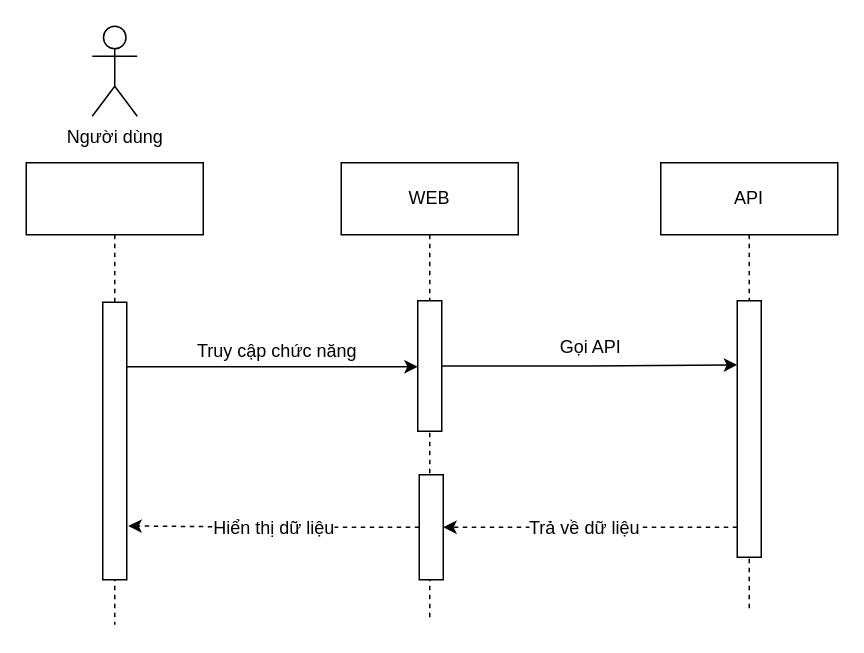
Earlier version of the draw.io diagram Sequence Diagram.drawio (mitgaming/drawio). Source tidied: cells renumbered, new cells numbered last; positions are measured from the earlier drawing's top-left corner, leaving out a move shared by most shapes. Both pictures are drawn from the tidied source at 150%, with x=0, y=0 at pixel (26, 26).
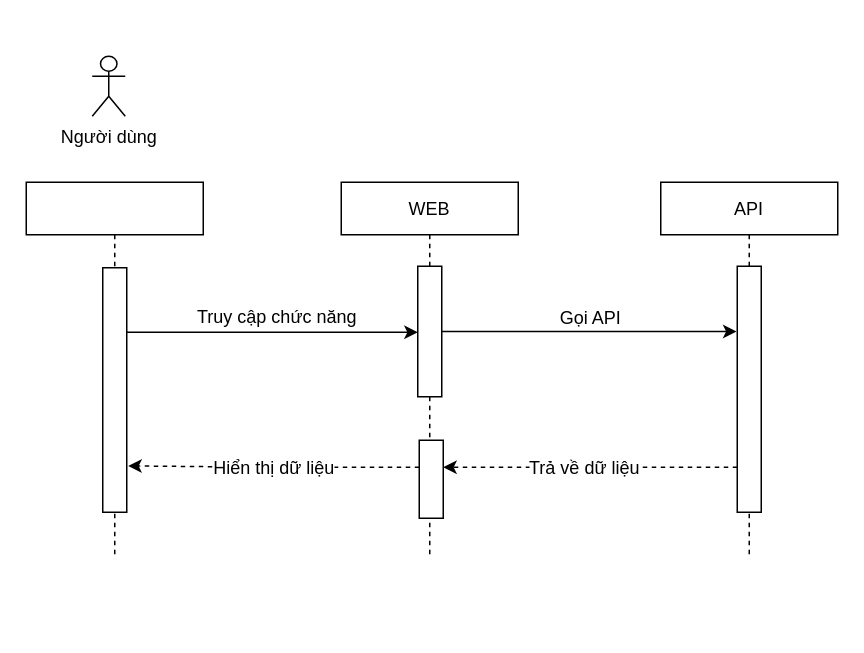
After the change.

Commit message (it also covers changes not shown here):
Cập nhật Sequence Diagram.drawio

What changed in the source:
```diff
@@
     <mxCell id="2" value="Người dùng" style="shape=umlActor;verticalLabelPosition=bottom;verticalAlign=top;html=1;" parent="1" vertex="1">
-      <mxGeometry x="44" width="30" height="60" as="geometry" />
+      <mxGeometry x="44" y="20" width="22" height="40" as="geometry" />
     </mxCell>
     <mxCell id="3" style="edgeStyle=orthogonalEdgeStyle;rounded=0;jettySize=auto;html=1;dashed=1;endArrow=none;endFill=0;fontSize=12;" parent="1" edge="1" source="4">
       <mxGeometry relative="1" as="geometry">
-        <mxPoint x="59" y="399" as="targetPoint" />
+        <mxPoint x="59" y="353" as="targetPoint" />
       </mxGeometry>
     </mxCell>
     <mxCell id="4" style="rounded=0;whiteSpace=wrap;html=1;" parent="1" vertex="1">
-      <mxGeometry y="91" width="118" height="48" as="geometry" />
+      <mxGeometry y="104" width="118" height="35" as="geometry" />
     </mxCell>
     <mxCell id="5" style="edgeStyle=orthogonalEdgeStyle;rounded=0;jettySize=auto;html=1;endArrow=none;endFill=0;fontSize=12;dashed=1;" parent="1" edge="1" source="6">
       <mxGeometry relative="1" as="geometry">
-        <mxPoint x="269" y="395" as="targetPoint" />
+        <mxPoint x="269" y="353" as="targetPoint" />
       </mxGeometry>
     </mxCell>
     <mxCell id="6" value="WEB" style="rounded=0;whiteSpace=wrap;html=1;" parent="1" vertex="1">
-      <mxGeometry x="210" y="91" width="118" height="48" as="geometry" />
+      <mxGeometry x="210" y="104" width="118" height="35" as="geometry" />
     </mxCell>
     <mxCell id="7" style="edgeStyle=orthogonalEdgeStyle;rounded=0;jettySize=auto;html=1;dashed=1;endArrow=none;endFill=0;fontSize=12;" parent="1" edge="1" source="8">
       <mxGeometry relative="1" as="geometry">
-        <mxPoint x="482" y="390" as="targetPoint" />
+        <mxPoint x="482" y="353" as="targetPoint" />
       </mxGeometry>
     </mxCell>
     <mxCell id="8" value="API" style="rounded=0;whiteSpace=wrap;html=1;" parent="1" vertex="1">
-      <mxGeometry x="423" y="91" width="118" height="48" as="geometry" />
+      <mxGeometry x="423" y="104" width="118" height="35" as="geometry" />
     </mxCell>
     <mxCell id="9" style="edgeStyle=orthogonalEdgeStyle;rounded=0;jettySize=auto;html=1;endArrow=classic;endFill=1;" parent="1" edge="1" source="10" target="12">
       <mxGeometry relative="1" as="geometry">
         <Array as="points">
-          <mxPoint x="121" y="227" />
-          <mxPoint x="121" y="227" />
+          <mxPoint x="121" y="204" />
+          <mxPoint x="121" y="204" />
         </Array>
       </mxGeometry>
     </mxCell>
     <mxCell id="10" style="rounded=0;whiteSpace=wrap;html=1;" parent="1" vertex="1">
-      <mxGeometry x="51" y="184" width="16" height="185" as="geometry" />
+      <mxGeometry x="51" y="161" width="16" height="163" as="geometry" />
     </mxCell>
-    <mxCell id="11" style="edgeStyle=orthogonalEdgeStyle;rounded=0;jettySize=auto;html=1;entryX=0;entryY=0.25;entryDx=0;entryDy=0;endArrow=classic;endFill=1;fontSize=12;" parent="1" edge="1" source="12" target="18">
-      <mxGeometry relative="1" as="geometry" />
-    </mxCell>
+    <mxCell id="21" style="edgeStyle=orthogonalEdgeStyle;rounded=0;jettySize=auto;html=1;endArrow=classic;endFill=1;fontSize=12;exitX=1;exitY=0.5;exitDx=0;exitDy=0;" parent="1" edge="1" source="12">
+      <mxGeometry relative="1" as="geometry">
+        <mxPoint x="473.5" y="203.5" as="targetPoint" />
+      </mxGeometry>
+    </mxCell>
     <mxCell id="12" style="rounded=0;whiteSpace=wrap;html=1;" parent="1" vertex="1">
-      <mxGeometry x="261" y="183" width="16" height="87" as="geometry" />
+      <mxGeometry x="261" y="160" width="16" height="87" as="geometry" />
     </mxCell>
-    <mxCell id="13" style="edgeStyle=orthogonalEdgeStyle;rounded=0;jettySize=auto;html=1;entryX=1.063;entryY=0.806;entryDx=0;entryDy=0;entryPerimeter=0;dashed=1;endArrow=classic;endFill=1;fontSize=12;" parent="1" edge="1" source="15" target="10">
-      <mxGeometry relative="1" as="geometry" />
+    <mxCell id="13" style="edgeStyle=orthogonalEdgeStyle;rounded=0;orthogonalLoop=1;jettySize=auto;html=1;entryX=1.063;entryY=0.806;entryDx=0;entryDy=0;entryPerimeter=0;dashed=1;endArrow=classic;endFill=1;fontSize=12;" parent="1" edge="1">
+      <mxGeometry relative="1" as="geometry">
+        <mxPoint x="262" y="294" as="sourcePoint" />
+        <mxPoint x="68" y="293.1" as="targetPoint" />
+        <Array as="points">
+          <mxPoint x="165" y="294" />
+          <mxPoint x="165" y="293" />
+        </Array>
+      </mxGeometry>
     </mxCell>
@@
     <mxCell id="15" style="rounded=0;whiteSpace=wrap;html=1;" parent="1" vertex="1">
-      <mxGeometry x="262" y="299" width="16" height="70" as="geometry" />
+      <mxGeometry x="262" y="276" width="16" height="52" as="geometry" />
     </mxCell>
-    <mxCell id="16" style="edgeStyle=orthogonalEdgeStyle;rounded=0;jettySize=auto;html=1;entryX=1;entryY=0.5;entryDx=0;entryDy=0;endArrow=classic;endFill=1;dashed=1;" parent="1" edge="1" source="18" target="15">
+    <mxCell id="16" style="edgeStyle=orthogonalEdgeStyle;rounded=0;orthogonalLoop=1;jettySize=auto;html=1;entryX=1;entryY=0.5;entryDx=0;entryDy=0;endArrow=classic;endFill=1;dashed=1;" parent="1" edge="1">
       <mxGeometry relative="1" as="geometry">
+        <mxPoint x="474" y="294" as="sourcePoint" />
+        <mxPoint x="278" y="294" as="targetPoint" />
         <Array as="points">
-          <mxPoint x="435" y="334" />
-          <mxPoint x="435" y="334" />
+          <mxPoint x="435" y="294" />
+          <mxPoint x="435" y="294" />
         </Array>
       </mxGeometry>
     </mxCell>
@@
     <mxCell id="18" style="rounded=0;whiteSpace=wrap;html=1;" parent="1" vertex="1">
-      <mxGeometry x="474" y="183" width="16" height="171" as="geometry" />
+      <mxGeometry x="474" y="160" width="16" height="164" as="geometry" />
     </mxCell>
     <mxCell id="19" value="Truy cập chức năng" style="text;html=1;align=center;verticalAlign=middle;fontSize=12;" parent="1" vertex="1">
-      <mxGeometry x="109" y="208" width="116" height="18" as="geometry" />
+      <mxGeometry x="109" y="185" width="116" height="18" as="geometry" />
     </mxCell>
     <mxCell id="20" value="Gọi API" style="text;html=1;align=center;verticalAlign=middle;fontSize=12;" parent="1" vertex="1">
-      <mxGeometry x="350" y="205" width="51" height="18" as="geometry" />
+      <mxGeometry x="350" y="186" width="51" height="18" as="geometry" />
     </mxCell>
```
